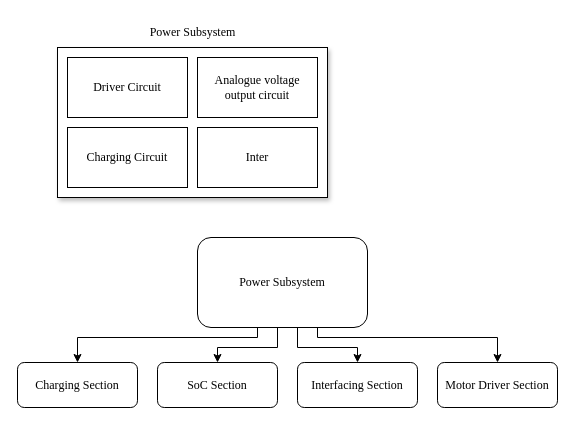
Above: documents/power/power-module-section-diagram.drawio in Luke-VDW/micromouse (draw.io), before the change. Source tidied: cells renumbered, new cells numbered last; positions are measured from the earlier drawing's top-left corner, leaving out a move shared by most shapes. Both pictures are drawn from the tidied source at 100%, with x=0, y=0 at pixel (17, 17).
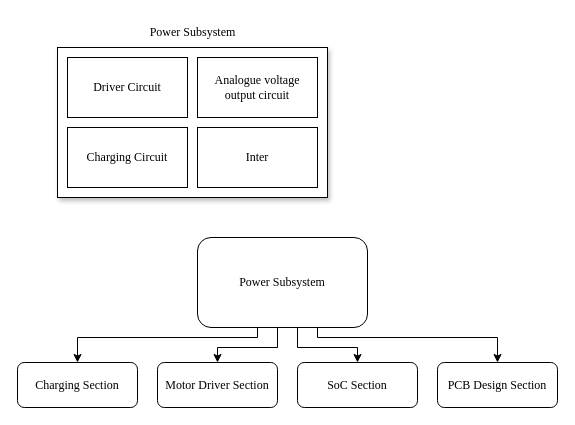
Above is the later version.

Diff of the diagram source:
```diff
@@
-    <mxCell id="14" value="&lt;font face=&quot;Times New Roman&quot;&gt;Motor Driver Section&lt;/font&gt;" style="rounded=1;whiteSpace=wrap;html=1;" parent="1" vertex="1">
+    <mxCell id="14" value="&lt;span style=&quot;font-family: &amp;quot;Times New Roman&amp;quot;;&quot;&gt;PCB Design Section&lt;/span&gt;" style="rounded=1;whiteSpace=wrap;html=1;" parent="1" vertex="1">
       <mxGeometry x="420" y="345" width="120" height="45" as="geometry" />
     </mxCell>
-    <mxCell id="15" value="&lt;font face=&quot;Times New Roman&quot;&gt;SoC Section&lt;/font&gt;" style="rounded=1;whiteSpace=wrap;html=1;" parent="1" vertex="1">
+    <mxCell id="15" value="&lt;span style=&quot;font-family: &amp;quot;Times New Roman&amp;quot;;&quot;&gt;Motor Driver Section&lt;/span&gt;" style="rounded=1;whiteSpace=wrap;html=1;" parent="1" vertex="1">
       <mxGeometry x="140" y="345" width="120" height="45" as="geometry" />
     </mxCell>
-    <mxCell id="16" value="&lt;font face=&quot;Times New Roman&quot;&gt;Interfacing Section&lt;/font&gt;" style="rounded=1;whiteSpace=wrap;html=1;" parent="1" vertex="1">
+    <mxCell id="16" value="&lt;span style=&quot;font-family: &amp;quot;Times New Roman&amp;quot;;&quot;&gt;SoC Section&lt;/span&gt;" style="rounded=1;whiteSpace=wrap;html=1;" parent="1" vertex="1">
       <mxGeometry x="280" y="345" width="120" height="45" as="geometry" />
     </mxCell>
```
